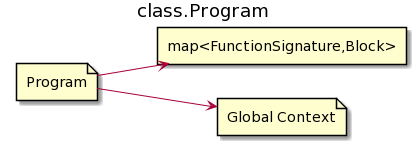
The PlantUML diagram img/classes/class.program.png in AndreyBezverkhniy/KVM, before a commit.
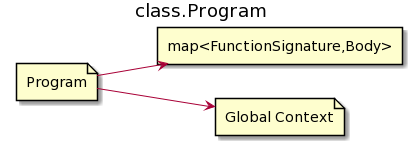
After the change.

The edit, as a diff of the source:
```diff
@@ -3,7 +3,7 @@
 title class.Program
 
 file Program
-rectangle "map<FunctionSignature,Block>" as functions
+rectangle "map<FunctionSignature,Body>" as functions
 file "Global Context" as globalContext
 
 Program-->functions
```
